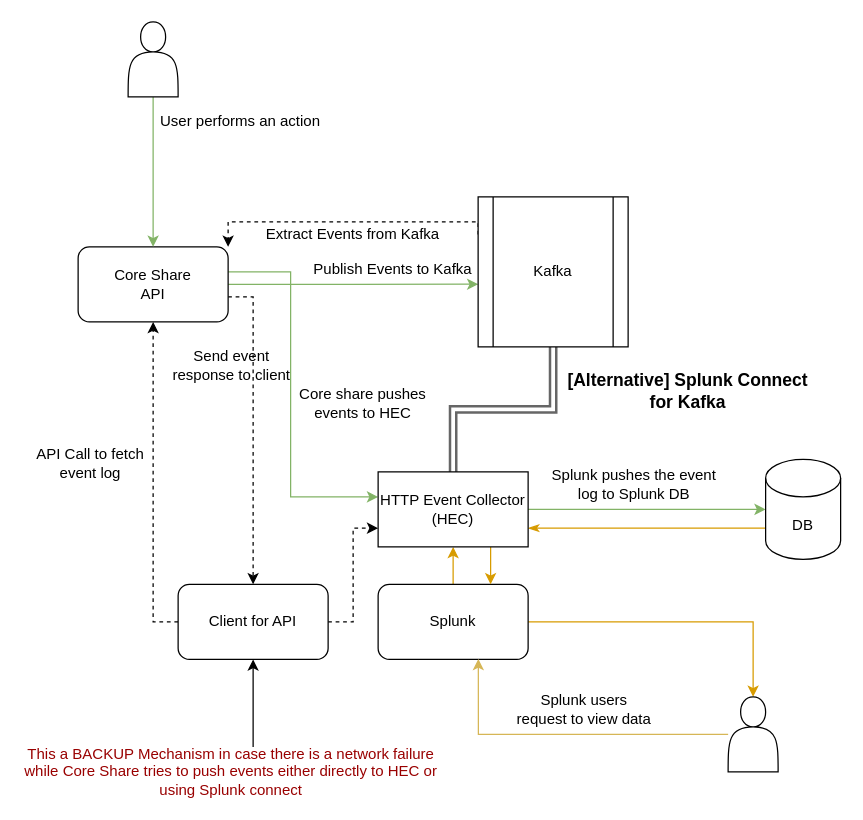
vikaskulkarni/options-strategies-flow keeps this draw.io diagram as client/Untitled Diagram.drawio. Above is the earlier version. Source tidied: cells renumbered, new cells numbered last; positions are measured from the earlier drawing's top-left corner, leaving out a move shared by most shapes. Both pictures are drawn from the tidied source at 125%, with x=0, y=0 at pixel (21, 21).
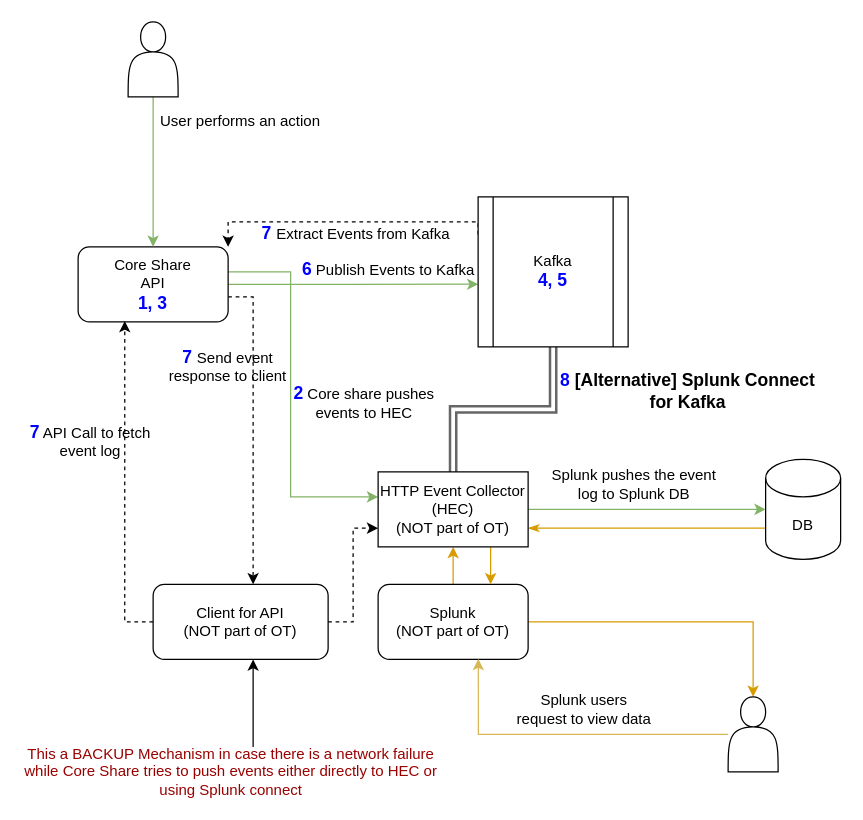
After the change.

Diff of the diagram source:
```diff
@@
-    <mxCell id="5" value="Core Share&lt;br&gt;API" style="rounded=1;whiteSpace=wrap;html=1;" parent="1" vertex="1">
+    <mxCell id="5" value="Core Share&lt;br&gt;API&lt;br&gt;&lt;font style=&quot;font-size: 14px&quot; color=&quot;#0000ff&quot;&gt;&lt;b&gt;1, 3&lt;/b&gt;&lt;/font&gt;" style="rounded=1;whiteSpace=wrap;html=1;" parent="1" vertex="1">
       <mxGeometry x="45" y="180" width="120" height="60" as="geometry" />
     </mxCell>
@@
-    <mxCell id="8" value="Kafka" style="shape=process;whiteSpace=wrap;html=1;backgroundOutline=1;" parent="1" vertex="1">
+    <mxCell id="8" value="Kafka&lt;br&gt;&lt;font style=&quot;font-size: 14px&quot; color=&quot;#0000ff&quot;&gt;&lt;b&gt;4, 5&lt;/b&gt;&lt;/font&gt;" style="shape=process;whiteSpace=wrap;html=1;backgroundOutline=1;" parent="1" vertex="1">
       <mxGeometry x="365" y="140" width="120" height="120" as="geometry" />
     </mxCell>
@@
-    <mxCell id="10" style="edgeStyle=orthogonalEdgeStyle;rounded=0;jettySize=auto;html=1;entryX=0.5;entryY=1;entryDx=0;entryDy=0;dashed=1;exitX=0;exitY=0.5;exitDx=0;exitDy=0;" parent="1" edge="1" source="28" target="5">
+    <mxCell id="10" style="edgeStyle=orthogonalEdgeStyle;rounded=0;jettySize=auto;html=1;dashed=1;exitX=0;exitY=0.5;exitDx=0;exitDy=0;entryX=0.311;entryY=0.989;entryDx=0;entryDy=0;entryPerimeter=0;" parent="1" edge="1" source="28" target="5">
       <mxGeometry relative="1" as="geometry" />
     </mxCell>
@@
-    <mxCell id="13" value="Splunk" style="rounded=1;whiteSpace=wrap;html=1;" parent="1" vertex="1">
+    <mxCell id="13" value="Splunk&lt;br&gt;(NOT part of OT)" style="rounded=1;whiteSpace=wrap;html=1;" parent="1" vertex="1">
       <mxGeometry x="285" y="450" width="120" height="60" as="geometry" />
     </mxCell>
@@
-    <mxCell id="16" value="Publish Events to Kafka" style="text;html=1;strokeColor=none;fillColor=none;align=center;verticalAlign=middle;whiteSpace=wrap;rounded=0;" parent="1" vertex="1">
-      <mxGeometry x="232" y="193" width="130" height="10" as="geometry" />
+    <mxCell id="16" value="&lt;font style=&quot;font-size: 14px&quot; color=&quot;#0000ff&quot;&gt;&lt;b&gt;6&lt;/b&gt;&lt;/font&gt; Publish Events to Kafka" style="text;html=1;strokeColor=none;fillColor=none;align=center;verticalAlign=middle;whiteSpace=wrap;rounded=0;" parent="1" vertex="1">
+      <mxGeometry x="220" y="193" width="147" height="10" as="geometry" />
     </mxCell>
@@
-    <mxCell id="18" value="API Call to fetch event log" style="text;html=1;strokeColor=none;fillColor=none;align=center;verticalAlign=middle;whiteSpace=wrap;rounded=0;" parent="1" vertex="1">
-      <mxGeometry x="5" y="348" width="100" height="10" as="geometry" />
+    <mxCell id="18" value="&lt;b&gt;&lt;font style=&quot;font-size: 14px&quot; color=&quot;#0000ff&quot;&gt;7&lt;/font&gt;&lt;/b&gt; API Call to fetch event log" style="text;html=1;strokeColor=none;fillColor=none;align=center;verticalAlign=middle;whiteSpace=wrap;rounded=0;" parent="1" vertex="1">
+      <mxGeometry x="5" y="330" width="100" height="10" as="geometry" />
     </mxCell>
@@
-    <mxCell id="22" value="Core share pushes events to HEC" style="text;html=1;strokeColor=none;fillColor=none;align=center;verticalAlign=middle;whiteSpace=wrap;rounded=0;" parent="1" vertex="1">
-      <mxGeometry x="213" y="300" width="120" height="10" as="geometry" />
+    <mxCell id="22" value="&lt;b&gt;&lt;font style=&quot;font-size: 14px&quot; color=&quot;#0000ff&quot;&gt;2&lt;/font&gt;&lt;/b&gt; Core share pushes events to HEC" style="text;html=1;strokeColor=none;fillColor=none;align=center;verticalAlign=middle;whiteSpace=wrap;rounded=0;" parent="1" vertex="1">
+      <mxGeometry x="214" y="299" width="120" height="10" as="geometry" />
     </mxCell>
-    <mxCell id="23" value="Extract Events from Kafka" style="text;html=1;strokeColor=none;fillColor=none;align=center;verticalAlign=middle;whiteSpace=wrap;rounded=0;" parent="1" vertex="1">
-      <mxGeometry x="190" y="165" width="150" height="10" as="geometry" />
+    <mxCell id="23" value="&lt;b&gt;&lt;font color=&quot;#0000ff&quot; style=&quot;font-size: 14px&quot;&gt;7&amp;nbsp;&lt;/font&gt;&lt;/b&gt;Extract Events from Kafka" style="text;html=1;strokeColor=none;fillColor=none;align=center;verticalAlign=middle;whiteSpace=wrap;rounded=0;" parent="1" vertex="1">
+      <mxGeometry x="190" y="164" width="155" height="10" as="geometry" />
     </mxCell>
@@
-    <mxCell id="28" value="Client for API" style="rounded=1;whiteSpace=wrap;html=1;" parent="1" vertex="1">
-      <mxGeometry x="125" y="450" width="120" height="60" as="geometry" />
+    <mxCell id="28" value="Client for API&lt;br&gt;(NOT part of OT)" style="rounded=1;whiteSpace=wrap;html=1;" parent="1" vertex="1">
+      <mxGeometry x="105" y="450" width="140" height="60" as="geometry" />
     </mxCell>
@@
-    <mxCell id="30" value="HTTP Event Collector&lt;br&gt;(HEC)" style="rounded=0;whiteSpace=wrap;html=1;" parent="1" vertex="1">
+    <mxCell id="30" value="HTTP Event Collector&lt;br&gt;(HEC)&lt;br&gt;(NOT part of OT)" style="rounded=0;whiteSpace=wrap;html=1;" parent="1" vertex="1">
       <mxGeometry x="285" y="360" width="120" height="60" as="geometry" />
     </mxCell>
-    <mxCell id="31" value="Send event response to client" style="text;html=1;strokeColor=none;fillColor=none;align=center;verticalAlign=middle;whiteSpace=wrap;rounded=0;" parent="1" vertex="1">
-      <mxGeometry x="118" y="270" width="100" height="10" as="geometry" />
+    <mxCell id="31" value="&lt;b&gt;&lt;font color=&quot;#0000ff&quot; style=&quot;font-size: 14px&quot;&gt;7&amp;nbsp;&lt;/font&gt;&lt;/b&gt;Send event response to client" style="text;html=1;strokeColor=none;fillColor=none;align=center;verticalAlign=middle;whiteSpace=wrap;rounded=0;" parent="1" vertex="1">
+      <mxGeometry x="115" y="270" width="100" height="10" as="geometry" />
     </mxCell>
-    <mxCell id="32" value="&lt;b&gt;&lt;font style=&quot;font-size: 14px&quot;&gt;[Alternative] Splunk Connect for Kafka&lt;/font&gt;&lt;/b&gt;" style="text;html=1;strokeColor=none;fillColor=none;align=center;verticalAlign=middle;whiteSpace=wrap;rounded=0;" parent="1" vertex="1">
+    <mxCell id="32" value="&lt;b&gt;&lt;font style=&quot;font-size: 14px&quot;&gt;&lt;font color=&quot;#0000ff&quot;&gt;8&lt;/font&gt; [Alternative] Splunk Connect for Kafka&lt;/font&gt;&lt;/b&gt;" style="text;html=1;strokeColor=none;fillColor=none;align=center;verticalAlign=middle;whiteSpace=wrap;rounded=0;" parent="1" vertex="1">
       <mxGeometry x="428" y="290" width="210" height="10" as="geometry" />
     </mxCell>
```
